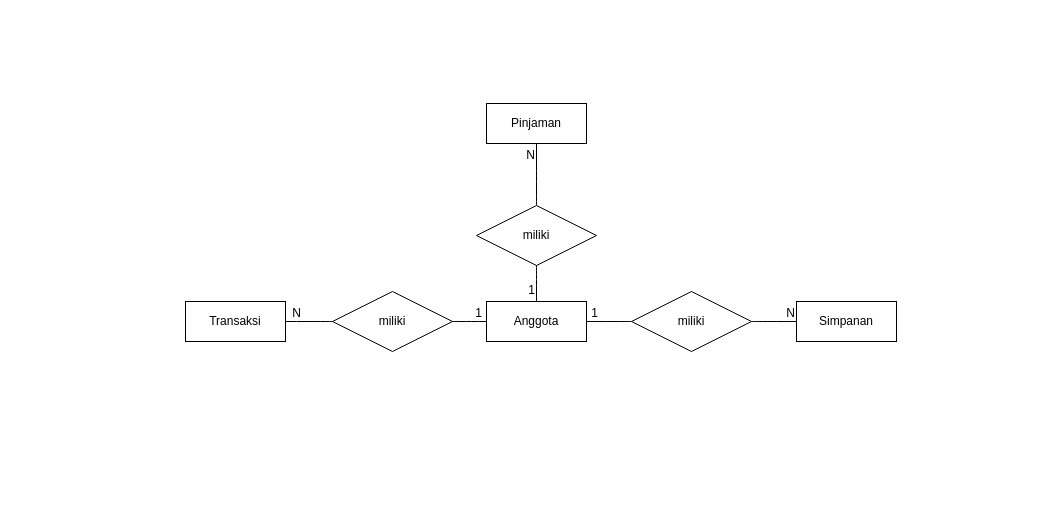
The draw.io diagram kelas teori/Tugas1.drawio in hasbisdqi/manajemen-basis-data, before the edit. Source tidied: cells renumbered, new cells numbered last; positions are measured from the earlier drawing's top-left corner, leaving out a move shared by most shapes. Both pictures are drawn from the tidied source at 100%, with x=0, y=0 at pixel (185, 103).
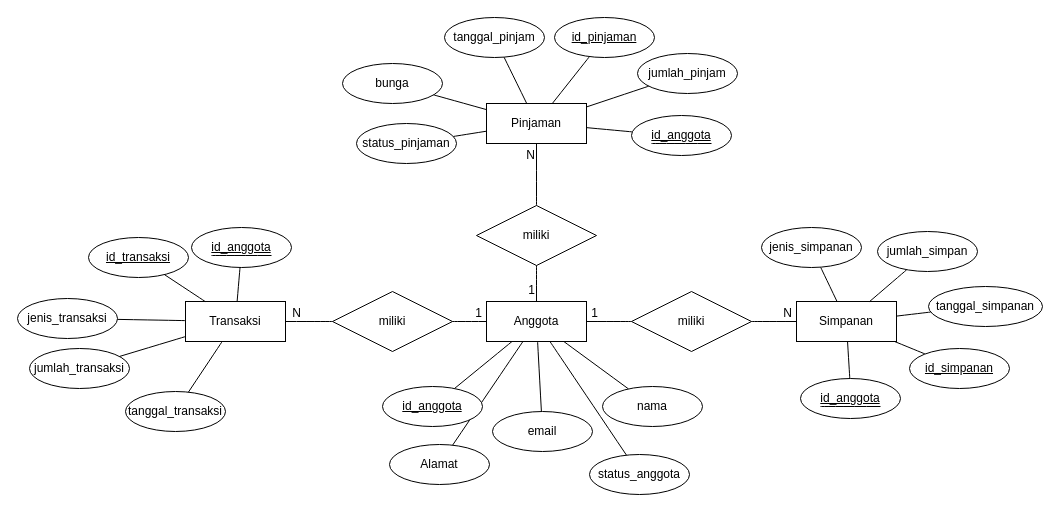
The same page after the edit.

Unchanged cells that the change refers to:
```xml
<mxCell id="2" value="Anggota" style="whiteSpace=wrap;html=1;align=center;" parent="1" vertex="1">
  <mxGeometry x="301" y="198" width="100" height="40" as="geometry" />
</mxCell>
<mxCell id="3" value="Pinjaman" style="whiteSpace=wrap;html=1;align=center;" parent="1" vertex="1">
  <mxGeometry x="301" width="100" height="40" as="geometry" />
</mxCell>
<mxCell id="4" value="Simpanan" style="whiteSpace=wrap;html=1;align=center;" parent="1" vertex="1">
  <mxGeometry x="611" y="198" width="100" height="40" as="geometry" />
</mxCell>
<mxCell id="5" value="Transaksi" style="whiteSpace=wrap;html=1;align=center;" parent="1" vertex="1">
  <mxGeometry y="198" width="100" height="40" as="geometry" />
</mxCell>
<mxCell id="17" style="endArrow=none;html=1;rounded=0;fontSize=12;startSize=8;endSize=8;curved=1;" parent="1" edge="1" source="8" target="4">
  <mxGeometry relative="1" as="geometry" />
</mxCell>
```

Diff of the diagram source:
```diff
@@
+    <mxCell id="21" style="edgeStyle=none;curved=1;rounded=0;jettySize=auto;html=1;fontSize=12;startSize=8;endSize=8;endArrow=none;endFill=0;" parent="1" edge="1" source="2" target="29">
+      <mxGeometry relative="1" as="geometry" />
+    </mxCell>
+    <mxCell id="22" style="edgeStyle=none;curved=1;rounded=0;jettySize=auto;html=1;fontSize=12;startSize=8;endSize=8;endArrow=none;endFill=0;" parent="1" edge="1" source="2" target="31">
+      <mxGeometry relative="1" as="geometry" />
+    </mxCell>
+    <mxCell id="23" style="edgeStyle=none;curved=1;rounded=0;jettySize=auto;html=1;fontSize=12;startSize=8;endSize=8;endArrow=none;endFill=0;" parent="1" edge="1" source="2" target="32">
+      <mxGeometry relative="1" as="geometry" />
+    </mxCell>
+    <mxCell id="24" style="edgeStyle=none;curved=1;rounded=0;jettySize=auto;html=1;fontSize=12;startSize=8;endSize=8;endArrow=none;endFill=0;" parent="1" edge="1" source="2" target="30">
+      <mxGeometry relative="1" as="geometry" />
+    </mxCell>
+    <mxCell id="25" style="edgeStyle=none;curved=1;rounded=0;jettySize=auto;html=1;fontSize=12;startSize=8;endSize=8;endArrow=none;endFill=0;" parent="1" edge="1" source="2" target="33">
+      <mxGeometry relative="1" as="geometry" />
+    </mxCell>
@@
+    <mxCell id="26" style="edgeStyle=none;curved=1;rounded=0;jettySize=auto;html=1;fontSize=12;startSize=8;endSize=8;endArrow=none;endFill=0;startArrow=none;startFill=0;" parent="1" edge="1" source="5" target="65">
+      <mxGeometry relative="1" as="geometry" />
+    </mxCell>
+    <mxCell id="27" style="edgeStyle=none;curved=1;rounded=0;jettySize=auto;html=1;fontSize=12;startSize=8;endSize=8;endArrow=none;endFill=0;startArrow=none;startFill=0;" parent="1" edge="1" source="5" target="67">
+      <mxGeometry relative="1" as="geometry" />
+    </mxCell>
+    <mxCell id="28" style="edgeStyle=none;curved=1;rounded=0;jettySize=auto;html=1;fontSize=12;startSize=8;endSize=8;endArrow=none;endFill=0;startArrow=none;startFill=0;" parent="1" edge="1" source="5" target="66">
+      <mxGeometry relative="1" as="geometry" />
+    </mxCell>
@@
-    <mxCell id="18" value="N" style="html=1;whiteSpace=wrap;align=right;verticalAlign=bottom;" parent="17" vertex="1">
-      <mxGeometry x="1" relative="1" as="geometry" />
+    <mxCell id="18" value="N" style="html=1;whiteSpace=wrap;align=right;verticalAlign=bottom;direction=south;" parent="17" vertex="1">
+      <mxGeometry x="1" relative="1" as="geometry">
+        <mxPoint x="-3" as="offset" />
+      </mxGeometry>
     </mxCell>
@@
+    <mxCell id="29" value="&lt;u&gt;id_anggota&lt;/u&gt;" style="ellipse;whiteSpace=wrap;html=1;align=center;" parent="1" vertex="1">
+      <mxGeometry x="197" y="283" width="100" height="40" as="geometry" />
+    </mxCell>
+    <mxCell id="30" value="nama" style="ellipse;whiteSpace=wrap;html=1;align=center;" parent="1" vertex="1">
+      <mxGeometry x="417" y="283" width="100" height="40" as="geometry" />
+    </mxCell>
+    <mxCell id="31" value="Alamat" style="ellipse;whiteSpace=wrap;html=1;align=center;" parent="1" vertex="1">
+      <mxGeometry x="204" y="341" width="100" height="40" as="geometry" />
+    </mxCell>
+    <mxCell id="32" value="email" style="ellipse;whiteSpace=wrap;html=1;align=center;" parent="1" vertex="1">
+      <mxGeometry x="307" y="308" width="100" height="40" as="geometry" />
+    </mxCell>
+    <mxCell id="33" value="status_anggota" style="ellipse;whiteSpace=wrap;html=1;align=center;" parent="1" vertex="1">
+      <mxGeometry x="404" y="351" width="100" height="40" as="geometry" />
+    </mxCell>
+    <mxCell id="34" style="edgeStyle=none;curved=1;rounded=0;jettySize=auto;html=1;fontSize=12;startSize=8;endSize=8;endArrow=none;endFill=0;" parent="1" edge="1" source="35" target="4">
+      <mxGeometry relative="1" as="geometry" />
+    </mxCell>
+    <mxCell id="35" value="&lt;u&gt;id_simpanan&lt;/u&gt;" style="ellipse;whiteSpace=wrap;html=1;align=center;" parent="1" vertex="1">
+      <mxGeometry x="724" y="245" width="100" height="40" as="geometry" />
+    </mxCell>
+    <mxCell id="36" style="edgeStyle=none;curved=1;rounded=0;orthogonalLoop=1;jettySize=auto;html=1;exitX=1;exitY=1;exitDx=0;exitDy=0;fontSize=12;startSize=8;endSize=8;" parent="1" edge="1" source="35" target="35">
+      <mxGeometry relative="1" as="geometry" />
+    </mxCell>
+    <mxCell id="37" style="group;" parent="1" vertex="1">
+      <mxGeometry x="615" y="275" width="100" height="40" as="geometry" />
+    </mxCell>
+    <mxCell id="38" value="id_anggota" style="ellipse;align=center;textShadow=0;whiteSpace=wrap;fontStyle=4;" parent="37" vertex="1">
+      <mxGeometry width="100" height="40" as="geometry" />
+    </mxCell>
+    <mxCell id="39" style="endArrow=none;html=1;rounded=0;fontSize=12;startSize=8;endSize=8;curved=1;" parent="37" edge="1">
+      <mxGeometry relative="1" as="geometry">
+        <mxPoint x="20" y="28" as="sourcePoint" />
+        <mxPoint x="80" y="28" as="targetPoint" />
+      </mxGeometry>
+    </mxCell>
+    <mxCell id="40" style="edgeStyle=none;curved=1;rounded=0;jettySize=auto;html=1;fontSize=12;startSize=8;endSize=8;endArrow=none;endFill=0;" parent="1" edge="1" source="41" target="4">
+      <mxGeometry relative="1" as="geometry" />
+    </mxCell>
+    <mxCell id="41" value="jenis_simpanan" style="ellipse;whiteSpace=wrap;html=1;align=center;" parent="1" vertex="1">
+      <mxGeometry x="576" y="124" width="100" height="40" as="geometry" />
+    </mxCell>
+    <mxCell id="42" style="edgeStyle=none;curved=1;rounded=0;jettySize=auto;html=1;fontSize=12;startSize=8;endSize=8;endArrow=none;endFill=0;" parent="1" edge="1" source="43" target="4">
+      <mxGeometry relative="1" as="geometry" />
+    </mxCell>
+    <mxCell id="43" value="jumlah_simpan" style="ellipse;whiteSpace=wrap;html=1;align=center;" parent="1" vertex="1">
+      <mxGeometry x="692" y="128" width="100" height="40" as="geometry" />
+    </mxCell>
+    <mxCell id="44" style="edgeStyle=none;curved=1;rounded=0;jettySize=auto;html=1;fontSize=12;startSize=8;endSize=8;endArrow=none;endFill=0;" parent="1" edge="1" source="45" target="4">
+      <mxGeometry relative="1" as="geometry" />
+    </mxCell>
+    <mxCell id="45" value="tanggal_simpanan" style="ellipse;whiteSpace=wrap;html=1;align=center;" parent="1" vertex="1">
+      <mxGeometry x="743" y="183" width="114" height="40" as="geometry" />
+    </mxCell>
+    <mxCell id="46" style="edgeStyle=none;curved=1;rounded=0;jettySize=auto;html=1;fontSize=12;startSize=8;endSize=8;endArrow=none;endFill=0;" parent="1" edge="1" source="38" target="4">
+      <mxGeometry relative="1" as="geometry" />
+    </mxCell>
+    <mxCell id="47" style="group;" parent="1" vertex="1">
+      <mxGeometry x="446" y="12" width="100" height="40" as="geometry" />
+    </mxCell>
+    <mxCell id="48" value="id_anggota" style="ellipse;align=center;textShadow=0;whiteSpace=wrap;fontStyle=4;" parent="47" vertex="1">
+      <mxGeometry width="100" height="40" as="geometry" />
+    </mxCell>
+    <mxCell id="49" style="endArrow=none;html=1;rounded=0;fontSize=12;startSize=8;endSize=8;curved=1;" parent="47" edge="1">
+      <mxGeometry relative="1" as="geometry">
+        <mxPoint x="20" y="28" as="sourcePoint" />
+        <mxPoint x="80" y="28" as="targetPoint" />
+      </mxGeometry>
+    </mxCell>
+    <mxCell id="50" style="edgeStyle=none;curved=1;rounded=0;jettySize=auto;html=1;fontSize=12;startSize=8;endSize=8;endArrow=none;endFill=0;" parent="1" edge="1" source="51" target="3">
+      <mxGeometry relative="1" as="geometry" />
+    </mxCell>
+    <mxCell id="51" value="&lt;u&gt;id_pinjaman&lt;/u&gt;" style="ellipse;whiteSpace=wrap;html=1;align=center;" parent="1" vertex="1">
+      <mxGeometry x="369" y="-86" width="100" height="40" as="geometry" />
+    </mxCell>
+    <mxCell id="52" style="edgeStyle=none;curved=1;rounded=0;jettySize=auto;html=1;fontSize=12;startSize=8;endSize=8;endArrow=none;endFill=0;" parent="1" edge="1" source="53" target="3">
+      <mxGeometry relative="1" as="geometry" />
+    </mxCell>
+    <mxCell id="53" value="jumlah_pinjam" style="ellipse;whiteSpace=wrap;html=1;align=center;" parent="1" vertex="1">
+      <mxGeometry x="452" y="-50" width="100" height="40" as="geometry" />
+    </mxCell>
+    <mxCell id="54" style="edgeStyle=none;curved=1;rounded=0;jettySize=auto;html=1;fontSize=12;startSize=8;endSize=8;endArrow=none;endFill=0;" parent="1" edge="1" source="55" target="3">
+      <mxGeometry relative="1" as="geometry" />
+    </mxCell>
+    <mxCell id="55" value="tanggal_pinjam" style="ellipse;whiteSpace=wrap;html=1;align=center;" parent="1" vertex="1">
+      <mxGeometry x="259" y="-86" width="100" height="40" as="geometry" />
+    </mxCell>
+    <mxCell id="56" value="bunga" style="ellipse;whiteSpace=wrap;html=1;align=center;" parent="1" vertex="1">
+      <mxGeometry x="157" y="-40" width="100" height="40" as="geometry" />
+    </mxCell>
+    <mxCell id="57" style="edgeStyle=none;curved=1;rounded=0;jettySize=auto;html=1;fontSize=12;startSize=8;endSize=8;endArrow=none;endFill=0;" parent="1" edge="1" source="58" target="3">
+      <mxGeometry relative="1" as="geometry" />
+    </mxCell>
+    <mxCell id="58" value="status_pinjaman" style="ellipse;whiteSpace=wrap;html=1;align=center;" parent="1" vertex="1">
+      <mxGeometry x="171" y="20" width="100" height="40" as="geometry" />
+    </mxCell>
+    <mxCell id="59" style="edgeStyle=none;curved=1;rounded=0;jettySize=auto;html=1;fontSize=12;startSize=8;endSize=8;endArrow=none;endFill=0;" parent="1" edge="1" source="56" target="3">
+      <mxGeometry relative="1" as="geometry" />
+    </mxCell>
+    <mxCell id="60" style="edgeStyle=none;curved=1;rounded=0;jettySize=auto;html=1;fontSize=12;startSize=8;endSize=8;endArrow=none;endFill=0;" parent="1" edge="1" source="48" target="3">
+      <mxGeometry relative="1" as="geometry" />
+    </mxCell>
+    <mxCell id="61" style="group;" parent="1" vertex="1">
+      <mxGeometry x="6" y="124" width="100" height="40" as="geometry" />
+    </mxCell>
+    <mxCell id="62" value="id_anggota" style="ellipse;align=center;textShadow=0;whiteSpace=wrap;fontStyle=4;" parent="61" vertex="1">
+      <mxGeometry width="100" height="40" as="geometry" />
+    </mxCell>
+    <mxCell id="63" style="endArrow=none;html=1;rounded=0;fontSize=12;startSize=8;endSize=8;curved=1;" parent="61" edge="1">
+      <mxGeometry relative="1" as="geometry">
+        <mxPoint x="20" y="28" as="sourcePoint" />
+        <mxPoint x="80" y="28" as="targetPoint" />
+      </mxGeometry>
+    </mxCell>
+    <mxCell id="64" value="&lt;u&gt;id_transaksi&lt;/u&gt;" style="ellipse;whiteSpace=wrap;html=1;align=center;" parent="1" vertex="1">
+      <mxGeometry x="-97" y="134" width="100" height="40" as="geometry" />
+    </mxCell>
+    <mxCell id="65" value="jenis_transaksi" style="ellipse;whiteSpace=wrap;html=1;align=center;" parent="1" vertex="1">
+      <mxGeometry x="-168" y="195" width="100" height="40" as="geometry" />
+    </mxCell>
+    <mxCell id="66" value="jumlah_transaksi" style="ellipse;whiteSpace=wrap;html=1;align=center;" parent="1" vertex="1">
+      <mxGeometry x="-156" y="245" width="100" height="40" as="geometry" />
+    </mxCell>
+    <mxCell id="67" value="tanggal_transaksi" style="ellipse;whiteSpace=wrap;html=1;align=center;" parent="1" vertex="1">
+      <mxGeometry x="-60" y="288" width="100" height="40" as="geometry" />
+    </mxCell>
+    <mxCell id="68" style="edgeStyle=none;curved=1;rounded=0;jettySize=auto;html=1;fontSize=12;startSize=8;endSize=8;endArrow=none;endFill=0;startArrow=none;startFill=0;" parent="1" edge="1" source="62" target="5">
+      <mxGeometry relative="1" as="geometry" />
+    </mxCell>
+    <mxCell id="69" style="edgeStyle=none;curved=1;rounded=0;jettySize=auto;html=1;fontSize=12;startSize=8;endSize=8;endArrow=none;endFill=0;startArrow=none;startFill=0;" parent="1" edge="1" source="5" target="64">
+      <mxGeometry relative="1" as="geometry" />
+    </mxCell>
```
